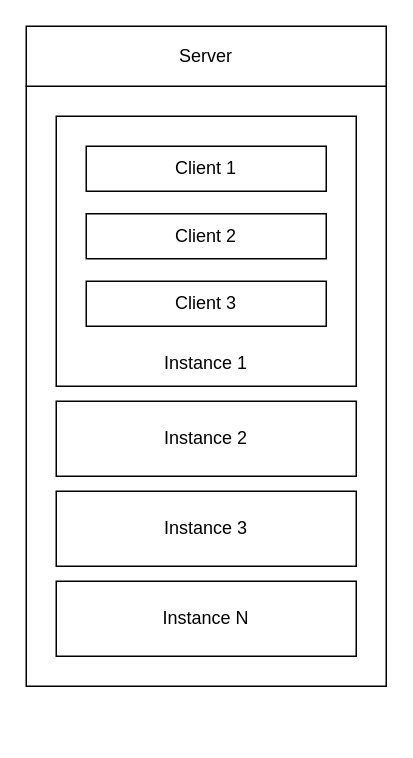
Before: Untitled Diagram.drawio in calpesh/calpesh, a draw.io diagram. Source tidied: cells renumbered, new cells numbered last; positions are measured from the earlier drawing's top-left corner, leaving out a move shared by most shapes. Both pictures are drawn from the tidied source at 150%, with x=0, y=0 at pixel (26, 26).
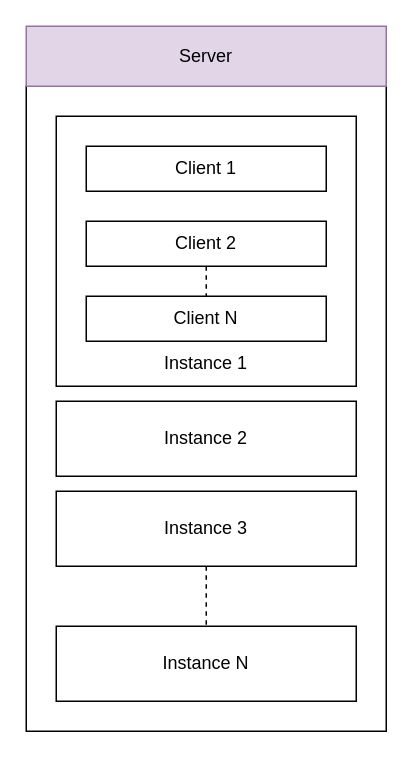
The same diagram, later.

Change to the diagram source:
```diff
@@
 <mxGraphModel>
   <root>
     <mxCell id="0" />
     <mxCell id="1" parent="0" />
     <mxCell id="2" style="rounded=0;whiteSpace=wrap;html=1;" parent="1" vertex="1">
-      <mxGeometry y="40" width="240" height="400" as="geometry" />
+      <mxGeometry y="40" width="240" height="430" as="geometry" />
     </mxCell>
     <mxCell id="3" style="rounded=0;whiteSpace=wrap;html=1;" parent="1" vertex="1">
       <mxGeometry x="20" y="60" width="200" height="180" as="geometry" />
     </mxCell>
     <mxCell id="4" value="Instance 2" style="rounded=0;whiteSpace=wrap;html=1;" parent="1" vertex="1">
       <mxGeometry x="20" y="250" width="200" height="50" as="geometry" />
     </mxCell>
     <mxCell id="5" value="Instance 3" style="rounded=0;whiteSpace=wrap;html=1;" parent="1" vertex="1">
       <mxGeometry x="20" y="310" width="200" height="50" as="geometry" />
     </mxCell>
     <mxCell id="6" value="Instance N" style="rounded=0;whiteSpace=wrap;html=1;" parent="1" vertex="1">
-      <mxGeometry x="20" y="370" width="200" height="50" as="geometry" />
+      <mxGeometry x="20" y="400" width="200" height="50" as="geometry" />
     </mxCell>
     <mxCell id="7" value="Client 1" style="rounded=0;whiteSpace=wrap;html=1;" parent="1" vertex="1">
       <mxGeometry x="40" y="80" width="160" height="30" as="geometry" />
     </mxCell>
     <mxCell id="8" value="Client 2" style="rounded=0;whiteSpace=wrap;html=1;" parent="1" vertex="1">
-      <mxGeometry x="40" y="125" width="160" height="30" as="geometry" />
+      <mxGeometry x="40" y="130" width="160" height="30" as="geometry" />
     </mxCell>
-    <mxCell id="9" value="Client 3" style="rounded=0;whiteSpace=wrap;html=1;" parent="1" vertex="1">
-      <mxGeometry x="40" y="170" width="160" height="30" as="geometry" />
+    <mxCell id="9" value="Client N" style="rounded=0;whiteSpace=wrap;html=1;" parent="1" vertex="1">
+      <mxGeometry x="40" y="180" width="160" height="30" as="geometry" />
     </mxCell>
-    <mxCell id="10" value="Server" style="rounded=0;whiteSpace=wrap;html=1;" parent="1" vertex="1">
+    <mxCell id="10" value="Server" style="rounded=0;whiteSpace=wrap;html=1;fillColor=#e1d5e7;strokeColor=#9673a6;" parent="1" vertex="1">
       <mxGeometry width="240" height="40" as="geometry" />
     </mxCell>
     <mxCell id="11" value="Instance 1" style="text;html=1;strokeColor=none;fillColor=none;align=center;verticalAlign=middle;whiteSpace=wrap;rounded=0;" parent="1" vertex="1">
       <mxGeometry x="40" y="210" width="160" height="30" as="geometry" />
     </mxCell>
+    <mxCell id="12" style="endArrow=none;dashed=1;html=1;rounded=0;exitX=0.5;exitY=1;exitDx=0;exitDy=0;" parent="1" edge="1" source="8" target="9">
+      <mxGeometry relative="1" as="geometry" />
+    </mxCell>
+    <mxCell id="13" style="endArrow=none;dashed=1;html=1;rounded=0;exitX=0.5;exitY=1;exitDx=0;exitDy=0;entryX=0.5;entryY=0;entryDx=0;entryDy=0;" parent="1" edge="1" source="5" target="6">
+      <mxGeometry relative="1" as="geometry" />
+    </mxCell>
   </root>
 </mxGraphModel>
```
